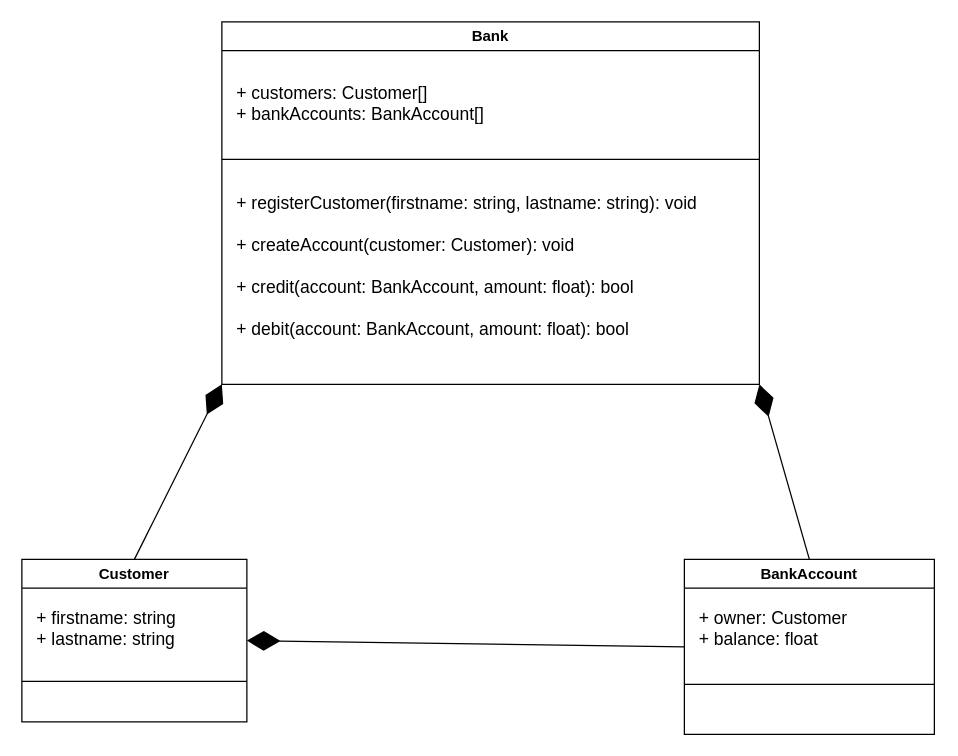
Above: diagram.drawio in dovatgabriel/Module-320-EPSIC (draw.io), before the change. Source tidied: cells renumbered, new cells numbered last; positions are measured from the earlier drawing's top-left corner, leaving out a move shared by most shapes. Both pictures are drawn from the tidied source at 125%, with x=0, y=0 at pixel (21, 21).
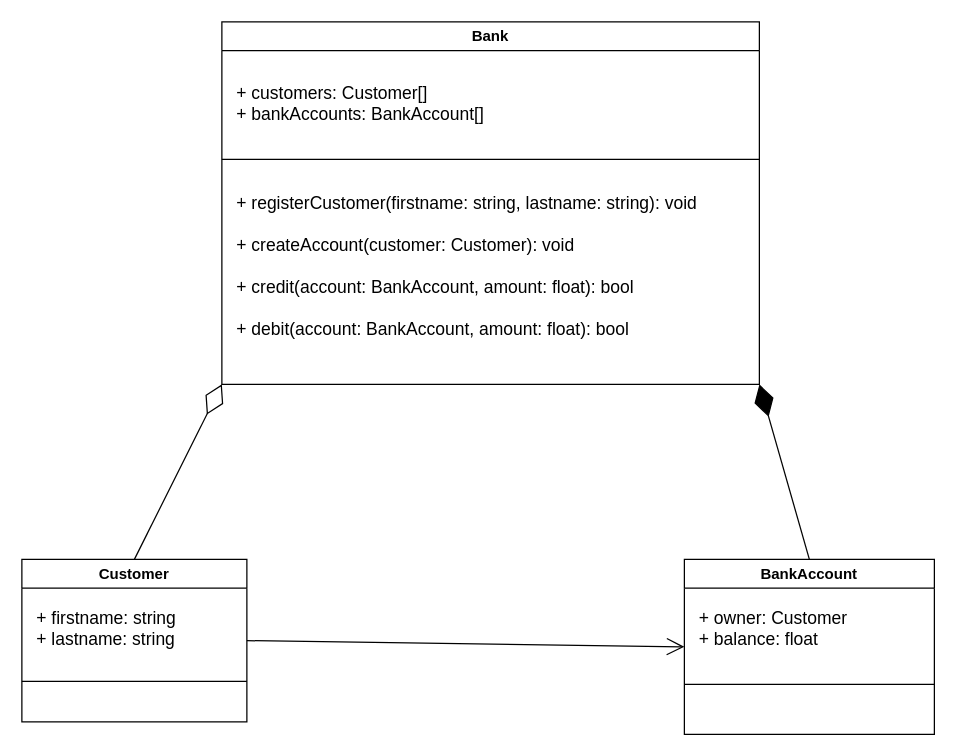
Above is the later version.

Change to the diagram source:
```diff
@@
 <mxGraphModel>
   <root>
     <mxCell id="0" />
     <mxCell id="1" parent="0" />
     <mxCell id="2" value="Customer" style="swimlane;whiteSpace=wrap;html=1;" parent="1" vertex="1">
       <mxGeometry y="430" width="180" height="130" as="geometry" />
     </mxCell>
     <mxCell id="3" value="&lt;font style=&quot;font-size: 14px;&quot;&gt;+ firstname: string&lt;/font&gt;&lt;div style=&quot;font-size: 14px;&quot;&gt;&lt;div style=&quot;&quot;&gt;&lt;font style=&quot;font-size: 14px;&quot;&gt;+ lastname: string&lt;/font&gt;&lt;/div&gt;&lt;/div&gt;" style="text;html=1;align=left;verticalAlign=middle;whiteSpace=wrap;rounded=0;" parent="2" vertex="1">
       <mxGeometry x="10" y="40" width="140" height="30" as="geometry" />
     </mxCell>
     <mxCell id="4" value="Bank" style="swimlane;whiteSpace=wrap;html=1;" parent="1" vertex="1">
       <mxGeometry x="160" width="430" height="290" as="geometry" />
     </mxCell>
     <mxCell id="5" value="&lt;font style=&quot;font-size: 14px;&quot;&gt;+ customers: Customer[]&lt;/font&gt;&lt;div&gt;&lt;font style=&quot;font-size: 14px;&quot;&gt;+ bankAccounts: BankAccount[]&lt;/font&gt;&lt;/div&gt;" style="text;html=1;align=left;verticalAlign=middle;whiteSpace=wrap;rounded=0;" parent="4" vertex="1">
       <mxGeometry x="10" y="50" width="310" height="30" as="geometry" />
     </mxCell>
     <mxCell id="6" style="endArrow=none;html=1;rounded=0;" parent="4" edge="1">
       <mxGeometry relative="1" as="geometry">
         <mxPoint y="110" as="sourcePoint" />
         <mxPoint x="430" y="110" as="targetPoint" />
       </mxGeometry>
     </mxCell>
     <mxCell id="7" value="&lt;font style=&quot;font-size: 14px;&quot;&gt;+ registerCustomer(firstname: string, lastname: string): void&lt;/font&gt;&lt;div&gt;&lt;span style=&quot;font-size: 14px;&quot;&gt;&lt;br&gt;&lt;/span&gt;&lt;div&gt;&lt;font style=&quot;font-size: 14px;&quot;&gt;+ createAccount(customer: Customer): void&lt;/font&gt;&lt;/div&gt;&lt;/div&gt;&lt;div&gt;&lt;font style=&quot;font-size: 14px;&quot;&gt;&lt;br&gt;&lt;/font&gt;&lt;/div&gt;&lt;div&gt;&lt;font style=&quot;font-size: 14px;&quot;&gt;+ credit(account: BankAccount, amount: float): bool&lt;/font&gt;&lt;/div&gt;&lt;div&gt;&lt;font style=&quot;font-size: 14px;&quot;&gt;&lt;br&gt;&lt;/font&gt;&lt;/div&gt;&lt;div&gt;&lt;font style=&quot;font-size: 14px;&quot;&gt;+ debit(account: BankAccount, amount: float): bool&lt;/font&gt;&lt;/div&gt;" style="text;html=1;align=left;verticalAlign=top;whiteSpace=wrap;rounded=0;" parent="4" vertex="1">
       <mxGeometry x="10" y="130" width="410" height="150" as="geometry" />
     </mxCell>
     <mxCell id="8" style="endArrow=none;html=1;rounded=0;entryX=1;entryY=0.75;entryDx=0;entryDy=0;exitX=0;exitY=0.75;exitDx=0;exitDy=0;" parent="1" edge="1" source="2" target="2">
       <mxGeometry relative="1" as="geometry" />
     </mxCell>
     <mxCell id="9" value="BankAccount" style="swimlane;whiteSpace=wrap;html=1;" parent="1" vertex="1">
       <mxGeometry x="530" y="430" width="200" height="140" as="geometry" />
     </mxCell>
     <mxCell id="10" value="&lt;span style=&quot;font-size: 14px;&quot;&gt;+ owner: Customer&lt;/span&gt;&lt;div&gt;&lt;span style=&quot;font-size: 14px;&quot;&gt;+ balance: float&lt;/span&gt;&lt;/div&gt;" style="text;html=1;align=left;verticalAlign=middle;whiteSpace=wrap;rounded=0;" parent="9" vertex="1">
       <mxGeometry x="10" y="40" width="140" height="30" as="geometry" />
     </mxCell>
     <mxCell id="11" style="endArrow=none;html=1;rounded=0;exitX=0;exitY=0.75;exitDx=0;exitDy=0;" parent="9" edge="1">
       <mxGeometry relative="1" as="geometry">
         <mxPoint y="100" as="sourcePoint" />
         <mxPoint x="200" y="100" as="targetPoint" />
       </mxGeometry>
     </mxCell>
+    <mxCell id="13" style="endArrow=diamondThin;endFill=1;endSize=24;html=1;rounded=0;entryX=1;entryY=1;entryDx=0;entryDy=0;exitX=0.5;exitY=0;exitDx=0;exitDy=0;" parent="1" edge="1" source="9" target="4">
+      <mxGeometry relative="1" as="geometry" />
+    </mxCell>
+    <mxCell id="15" style="endArrow=open;endFill=1;endSize=12;html=1;rounded=0;entryX=0;entryY=0.5;entryDx=0;entryDy=0;exitX=1;exitY=0.5;exitDx=0;exitDy=0;" parent="1" edge="1" source="2" target="9">
+      <mxGeometry relative="1" as="geometry" />
+    </mxCell>
-    <mxCell id="12" style="endArrow=diamondThin;endFill=1;endSize=24;html=1;rounded=0;entryX=0;entryY=1;entryDx=0;entryDy=0;exitX=0.5;exitY=0;exitDx=0;exitDy=0;" parent="1" edge="1" source="2" target="4">
+    <mxCell id="12" style="endArrow=diamondThin;endFill=0;endSize=24;html=1;rounded=0;entryX=0;entryY=1;entryDx=0;entryDy=0;exitX=0.5;exitY=0;exitDx=0;exitDy=0;" parent="1" edge="1" source="2" target="4">
       <mxGeometry relative="1" as="geometry" />
     </mxCell>
-    <mxCell id="13" style="endArrow=diamondThin;endFill=1;endSize=24;html=1;rounded=0;entryX=1;entryY=1;entryDx=0;entryDy=0;exitX=0.5;exitY=0;exitDx=0;exitDy=0;" parent="1" edge="1" source="9" target="4">
-      <mxGeometry relative="1" as="geometry" />
-    </mxCell>
-    <mxCell id="14" style="endArrow=diamondThin;endFill=1;endSize=24;html=1;rounded=0;entryX=1;entryY=0.5;entryDx=0;entryDy=0;exitX=0;exitY=0.5;exitDx=0;exitDy=0;" parent="1" edge="1" source="9" target="2">
-      <mxGeometry relative="1" as="geometry" />
-    </mxCell>
   </root>
 </mxGraphModel>
```
